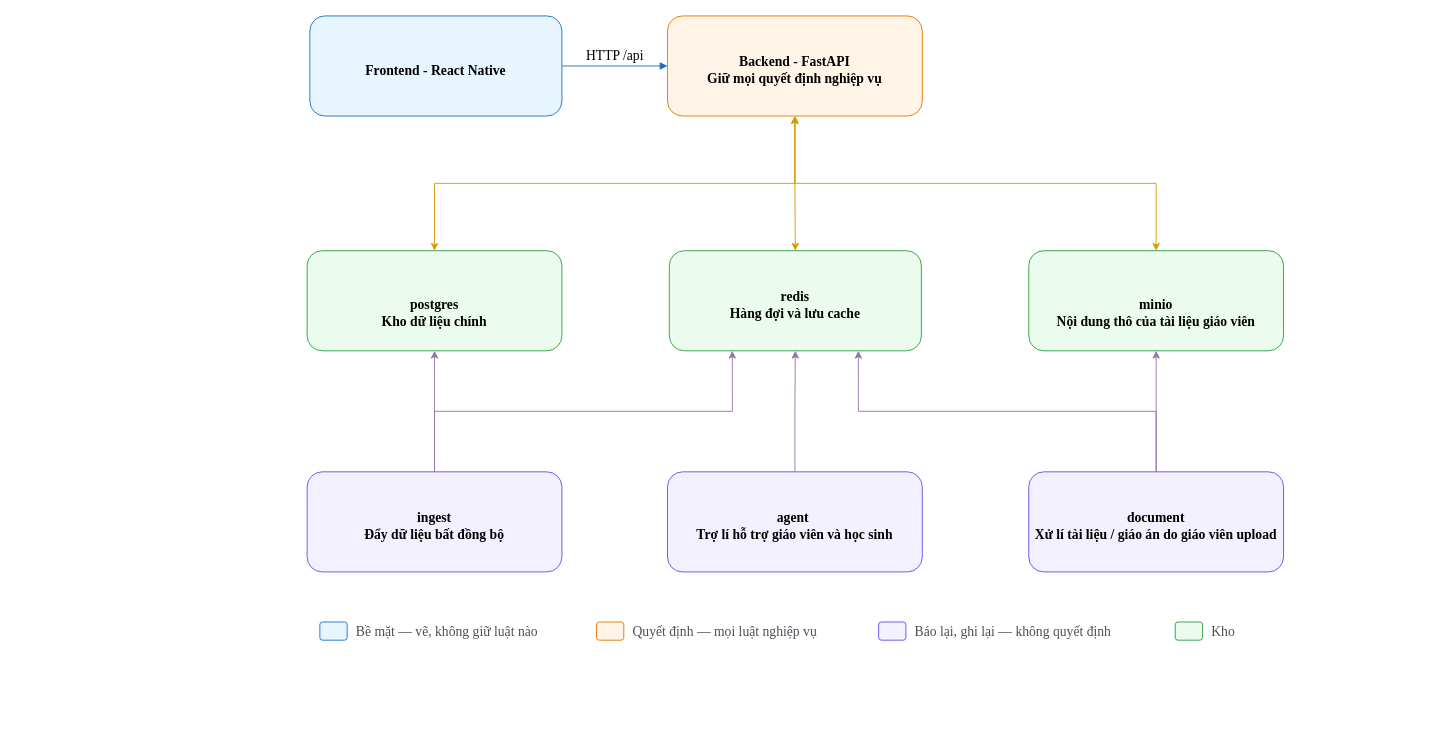
Above: docs/diagrams/system-architecture.drawio in biabeogo147/AI-Assessment-and-Feedback-Assistant (draw.io), before the change. Source tidied: cells renumbered, new cells numbered last; positions are measured from the earlier drawing's top-left corner, leaving out a move shared by most shapes. Both pictures are drawn from the tidied source at 91%, with x=0, y=0 at pixel (307, 15).
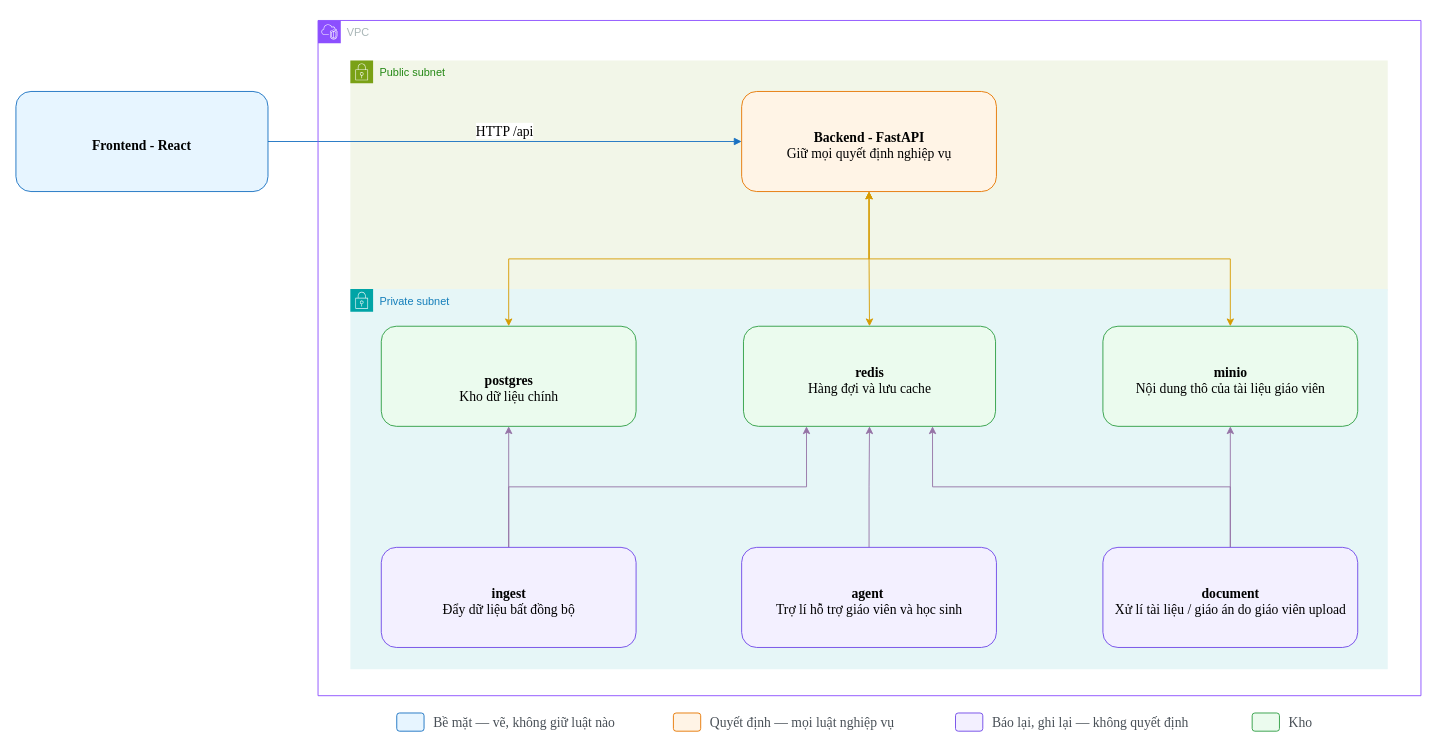
Above is the later version.

Commit message (it also covers changes not shown here):
report: update system architect diagram + rewrite chapter 06

Diff of the diagram source:
```diff
@@
+    <mxCell id="27" value="Public subnet" style="gradientColor=none;html=1;whiteSpace=wrap;fontSize=12;fontStyle=0;shape=mxgraph.aws4.group;grIcon=mxgraph.aws4.group_security_group;grStroke=0;strokeColor=#7AA116;fillColor=#F2F6E8;verticalAlign=top;align=left;spacingLeft=30;fontColor=#248814;dashed=0;" parent="1" vertex="1">
+      <mxGeometry x="47.5" y="49" width="1140" height="253" as="geometry" />
+    </mxCell>
+    <mxCell id="28" value="Private subnet" style="gradientColor=none;html=1;whiteSpace=wrap;fontSize=12;fontStyle=0;shape=mxgraph.aws4.group;grIcon=mxgraph.aws4.group_security_group;grStroke=0;strokeColor=#00A4A6;fillColor=#E6F6F7;verticalAlign=top;align=left;spacingLeft=30;fontColor=#147EBA;dashed=0;" parent="1" vertex="1">
+      <mxGeometry x="47.5" y="300" width="1140" height="418" as="geometry" />
+    </mxCell>
-    <mxCell id="2" value="Frontend - React Native" style="rounded=1;whiteSpace=wrap;html=1;fillColor=#e7f5ff;strokeColor=#1971c2;fontStyle=1;verticalAlign=middle;spacingTop=8;fontFamily=Times New Roman;fontSize=15;" parent="1" vertex="1">
-      <mxGeometry x="3" width="277" height="110" as="geometry" />
+    <mxCell id="2" value="Frontend - React" style="rounded=1;whiteSpace=wrap;html=1;fillColor=#e7f5ff;strokeColor=#1971c2;fontStyle=1;verticalAlign=middle;spacingTop=8;fontFamily=Times New Roman;fontSize=15;" parent="1" vertex="1">
+      <mxGeometry x="-320" y="83" width="277" height="110" as="geometry" />
     </mxCell>
@@
-    <mxCell id="6" value="Backend - FastAPI&lt;br&gt;Giữ mọi quyết định nghiệp vụ" style="rounded=1;whiteSpace=wrap;html=1;fillColor=#fff4e6;strokeColor=#e67700;fontStyle=1;verticalAlign=middle;spacingTop=8;fontFamily=Times New Roman;fontSize=15;" parent="1" vertex="1">
-      <mxGeometry x="396" width="280" height="110" as="geometry" />
+    <mxCell id="6" value="Backend - FastAPI&lt;br&gt;&lt;span style=&quot;font-weight: normal;&quot;&gt;Giữ mọi quyết định nghiệp vụ&lt;/span&gt;" style="rounded=1;whiteSpace=wrap;html=1;fillColor=#fff4e6;strokeColor=#e67700;fontStyle=1;verticalAlign=middle;spacingTop=8;fontFamily=Times New Roman;fontSize=15;" parent="1" vertex="1">
+      <mxGeometry x="477.5" y="83" width="280" height="110" as="geometry" />
     </mxCell>
@@
-    <mxCell id="8" value="agent&amp;nbsp;&lt;div&gt;Trợ lí hỗ trợ giáo viên và học sinh&lt;/div&gt;" style="rounded=1;whiteSpace=wrap;html=1;fillColor=#f3f0ff;strokeColor=#7048e8;fontStyle=1;verticalAlign=middle;spacingTop=8;fontFamily=Times New Roman;fontSize=15;" parent="1" vertex="1">
-      <mxGeometry x="396" y="501" width="280" height="110" as="geometry" />
+    <mxCell id="8" value="agent&amp;nbsp;&lt;div&gt;&lt;span style=&quot;font-weight: normal;&quot;&gt;Trợ lí hỗ trợ giáo viên và học sinh&lt;/span&gt;&lt;/div&gt;" style="rounded=1;whiteSpace=wrap;html=1;fillColor=#f3f0ff;strokeColor=#7048e8;fontStyle=1;verticalAlign=middle;spacingTop=8;fontFamily=Times New Roman;fontSize=15;" parent="1" vertex="1">
+      <mxGeometry x="477.5" y="584" width="280" height="110" as="geometry" />
     </mxCell>
@@
-    <mxCell id="11" value="ingest&lt;div&gt;Đẩy dữ liệu bất đồng bộ&lt;/div&gt;" style="rounded=1;whiteSpace=wrap;html=1;fillColor=#f3f0ff;strokeColor=#7048e8;fontStyle=1;verticalAlign=middle;spacingTop=8;fontFamily=Times New Roman;fontSize=15;" parent="1" vertex="1">
-      <mxGeometry y="501" width="280" height="110" as="geometry" />
+    <mxCell id="11" value="ingest&lt;div&gt;&lt;span style=&quot;font-weight: normal;&quot;&gt;Đẩy dữ liệu bất đồng bộ&lt;/span&gt;&lt;/div&gt;" style="rounded=1;whiteSpace=wrap;html=1;fillColor=#f3f0ff;strokeColor=#7048e8;fontStyle=1;verticalAlign=middle;spacingTop=8;fontFamily=Times New Roman;fontSize=15;" parent="1" vertex="1">
+      <mxGeometry x="81.5" y="584" width="280" height="110" as="geometry" />
     </mxCell>
@@
-    <mxCell id="14" value="document&lt;br&gt;Xử lí tài liệu / giáo án do giáo viên upload" style="rounded=1;whiteSpace=wrap;html=1;fillColor=#f3f0ff;strokeColor=#7048e8;fontStyle=1;verticalAlign=middle;spacingTop=8;fontFamily=Times New Roman;fontSize=15;" parent="1" vertex="1">
-      <mxGeometry x="793" y="501" width="280" height="110" as="geometry" />
+    <mxCell id="14" value="document&lt;br&gt;&lt;span style=&quot;font-weight: normal;&quot;&gt;Xử lí tài liệu / giáo án do giáo viên upload&lt;/span&gt;" style="rounded=1;whiteSpace=wrap;html=1;fillColor=#f3f0ff;strokeColor=#7048e8;fontStyle=1;verticalAlign=middle;spacingTop=8;fontFamily=Times New Roman;fontSize=15;" parent="1" vertex="1">
+      <mxGeometry x="874.5" y="584" width="280" height="110" as="geometry" />
     </mxCell>
-    <mxCell id="15" value="&lt;br&gt;&lt;br&gt;postgres&lt;br&gt;Kho dữ liệu chính" style="rounded=1;whiteSpace=wrap;html=1;fillColor=#ebfbee;strokeColor=#2f9e44;fontStyle=1;verticalAlign=top;spacingTop=8;fontFamily=Times New Roman;fontSize=15;" parent="1" vertex="1">
-      <mxGeometry y="258" width="280" height="110" as="geometry" />
+    <mxCell id="15" value="&lt;br&gt;&lt;br&gt;postgres&lt;br&gt;&lt;span style=&quot;font-weight: normal;&quot;&gt;Kho dữ liệu chính&lt;/span&gt;" style="rounded=1;whiteSpace=wrap;html=1;fillColor=#ebfbee;strokeColor=#2f9e44;fontStyle=1;verticalAlign=top;spacingTop=8;fontFamily=Times New Roman;fontSize=15;" parent="1" vertex="1">
+      <mxGeometry x="81.5" y="341" width="280" height="110" as="geometry" />
     </mxCell>
-    <mxCell id="16" value="&lt;div&gt;redis&lt;/div&gt;Hàng đợi và lưu cache" style="rounded=1;whiteSpace=wrap;html=1;fillColor=#ebfbee;strokeColor=#2f9e44;fontStyle=1;verticalAlign=middle;spacingTop=8;fontFamily=Times New Roman;fontSize=15;" parent="1" vertex="1">
-      <mxGeometry x="398" y="258" width="277" height="110" as="geometry" />
+    <mxCell id="16" value="&lt;div&gt;redis&lt;/div&gt;&lt;span style=&quot;font-weight: normal;&quot;&gt;Hàng đợi và lưu cache&lt;/span&gt;" style="rounded=1;whiteSpace=wrap;html=1;fillColor=#ebfbee;strokeColor=#2f9e44;fontStyle=1;verticalAlign=middle;spacingTop=8;fontFamily=Times New Roman;fontSize=15;" parent="1" vertex="1">
+      <mxGeometry x="479.5" y="341" width="277" height="110" as="geometry" />
     </mxCell>
-    <mxCell id="17" value="&lt;br&gt;&lt;br&gt;minio&lt;br&gt;Nội dung thô của tài liệu giáo viên" style="rounded=1;whiteSpace=wrap;html=1;fillColor=#ebfbee;strokeColor=#2f9e44;fontStyle=1;verticalAlign=top;spacingTop=8;fontFamily=Times New Roman;fontSize=15;" parent="1" vertex="1">
-      <mxGeometry x="793" y="258" width="280" height="110" as="geometry" />
+    <mxCell id="17" value="minio&lt;br&gt;&lt;span style=&quot;font-weight: normal;&quot;&gt;Nội dung thô của tài liệu giáo viên&lt;/span&gt;" style="rounded=1;whiteSpace=wrap;html=1;fillColor=#ebfbee;strokeColor=#2f9e44;fontStyle=1;verticalAlign=middle;spacingTop=8;fontFamily=Times New Roman;fontSize=15;" parent="1" vertex="1">
+      <mxGeometry x="874.5" y="341" width="280" height="110" as="geometry" />
     </mxCell>
@@
     <mxCell id="19" style="rounded=1;whiteSpace=wrap;html=1;fillColor=#e7f5ff;strokeColor=#1971c2;fontFamily=Times New Roman;fontSize=15;" parent="1" vertex="1">
-      <mxGeometry x="14" y="666" width="30" height="20" as="geometry" />
+      <mxGeometry x="98.5" y="766" width="30" height="20" as="geometry" />
     </mxCell>
     <mxCell id="20" value="Bề mặt — vẽ, không giữ luật nào" style="text;html=1;fontSize=15;align=left;verticalAlign=middle;fontColor=#495057;fontFamily=Times New Roman;" parent="1" vertex="1">
-      <mxGeometry x="52" y="666" width="232" height="20" as="geometry" />
+      <mxGeometry x="136.5" y="766" width="232" height="20" as="geometry" />
     </mxCell>
     <mxCell id="21" style="rounded=1;whiteSpace=wrap;html=1;fillColor=#fff4e6;strokeColor=#e67700;fontFamily=Times New Roman;fontSize=15;" parent="1" vertex="1">
-      <mxGeometry x="318" y="666" width="30" height="20" as="geometry" />
+      <mxGeometry x="402.5" y="766" width="30" height="20" as="geometry" />
     </mxCell>
     <mxCell id="22" value="Quyết định — mọi luật nghiệp vụ" style="text;html=1;fontSize=15;align=left;verticalAlign=middle;fontColor=#495057;fontFamily=Times New Roman;" parent="1" vertex="1">
-      <mxGeometry x="356" y="666" width="238" height="20" as="geometry" />
+      <mxGeometry x="440.5" y="766" width="238" height="20" as="geometry" />
     </mxCell>
     <mxCell id="23" style="rounded=1;whiteSpace=wrap;html=1;fillColor=#f3f0ff;strokeColor=#7048e8;fontFamily=Times New Roman;fontSize=15;" parent="1" vertex="1">
-      <mxGeometry x="628" y="666" width="30" height="20" as="geometry" />
+      <mxGeometry x="712.5" y="766" width="30" height="20" as="geometry" />
     </mxCell>
     <mxCell id="24" value="Báo lại, ghi lại — không quyết định" style="text;html=1;fontSize=15;align=left;verticalAlign=middle;fontColor=#495057;fontFamily=Times New Roman;" parent="1" vertex="1">
-      <mxGeometry x="666" y="666" width="254" height="20" as="geometry" />
+      <mxGeometry x="750.5" y="766" width="254" height="20" as="geometry" />
     </mxCell>
     <mxCell id="25" style="rounded=1;whiteSpace=wrap;html=1;fillColor=#ebfbee;strokeColor=#2f9e44;fontFamily=Times New Roman;fontSize=15;" parent="1" vertex="1">
-      <mxGeometry x="954" y="666" width="30" height="20" as="geometry" />
+      <mxGeometry x="1038.5" y="766" width="30" height="20" as="geometry" />
     </mxCell>
     <mxCell id="26" value="Kho" style="text;html=1;fontSize=15;align=left;verticalAlign=middle;fontColor=#495057;fontFamily=Times New Roman;" parent="1" vertex="1">
-      <mxGeometry x="992" y="666" width="60" height="20" as="geometry" />
+      <mxGeometry x="1076.5" y="766" width="60" height="20" as="geometry" />
     </mxCell>
+    <mxCell id="29" value="VPC" style="gradientColor=none;html=1;whiteSpace=wrap;fontSize=12;fontStyle=0;shape=mxgraph.aws4.group;grIcon=mxgraph.aws4.group_vpc2;strokeColor=#8C4FFF;fillColor=none;verticalAlign=top;align=left;spacingLeft=30;fontColor=#AAB7B8;dashed=0;" parent="1" vertex="1">
+      <mxGeometry x="12" y="5" width="1212" height="742" as="geometry" />
+    </mxCell>
```
